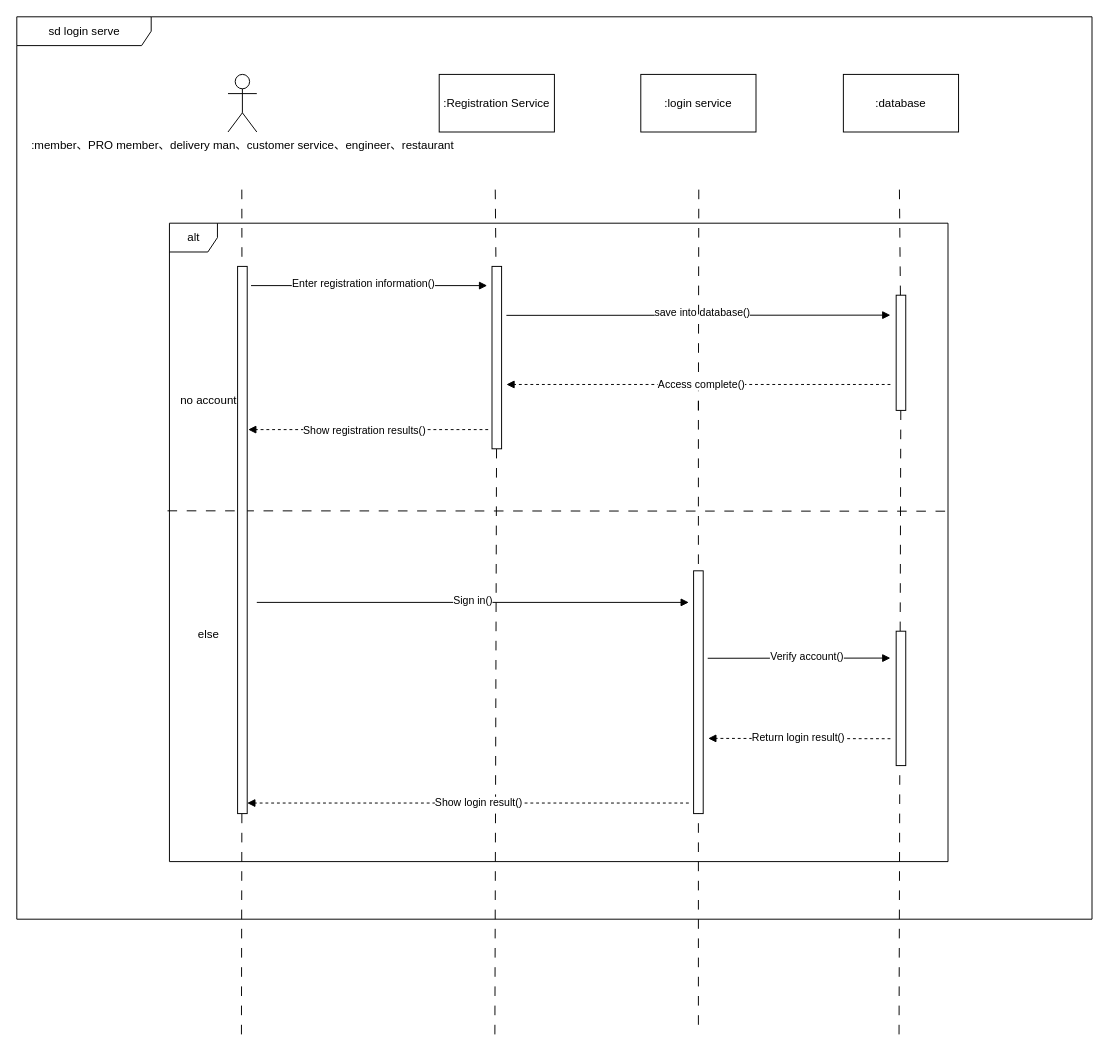
today16/last keeps this draw.io diagram as page "登入作業" (1 of 12) of Sequence_diagram.drawio. Above is the earlier version. Source tidied: cells renumbered, new cells numbered last; positions are measured from the earlier drawing's top-left corner, leaving out a move shared by most shapes. Both pictures are drawn from the tidied source at 96%, with x=0, y=0 at pixel (16, 16).
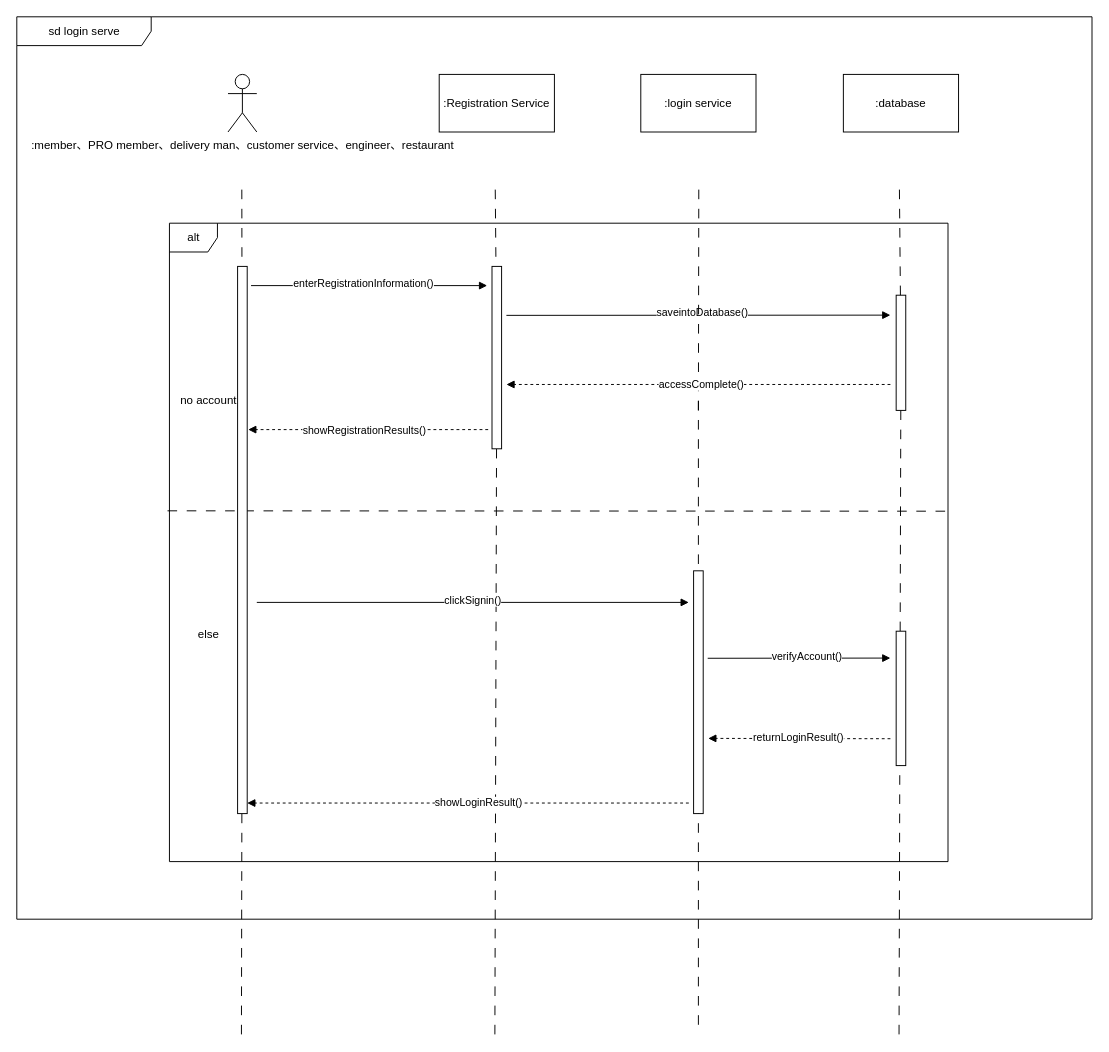
Above is the later version.

Unchanged cells that the change refers to:
```xml
<mxCell id="11" style="html=1;verticalAlign=bottom;labelBackgroundColor=none;endArrow=block;endFill=1;dashed=1;" parent="1" edge="1">
  <mxGeometry relative="1" as="geometry">
    <mxPoint x="491" y="430" as="sourcePoint" />
    <mxPoint x="241" y="430" as="targetPoint" />
  </mxGeometry>
</mxCell>
<mxCell id="19" style="html=1;verticalAlign=bottom;labelBackgroundColor=none;endArrow=block;endFill=1;" parent="1" edge="1">
  <mxGeometry relative="1" as="geometry">
    <mxPoint x="244" y="280" as="sourcePoint" />
    <mxPoint x="490" y="280" as="targetPoint" />
  </mxGeometry>
</mxCell>
<mxCell id="21" style="html=1;verticalAlign=bottom;labelBackgroundColor=none;endArrow=block;endFill=1;exitX=1.471;exitY=0.631;exitDx=0;exitDy=0;exitPerimeter=0;" parent="1" edge="1">
  <mxGeometry relative="1" as="geometry">
    <mxPoint x="719.7" y="668.2" as="sourcePoint" />
    <mxPoint x="910" y="668" as="targetPoint" />
  </mxGeometry>
</mxCell>
<mxCell id="23" style="html=1;verticalAlign=bottom;labelBackgroundColor=none;endArrow=block;endFill=1;dashed=1;" parent="1" edge="1">
  <mxGeometry relative="1" as="geometry">
    <mxPoint x="700" y="819" as="sourcePoint" />
    <mxPoint x="240" y="819" as="targetPoint" />
  </mxGeometry>
</mxCell>
<mxCell id="27" style="html=1;verticalAlign=bottom;labelBackgroundColor=none;endArrow=block;endFill=1;entryX=0.926;entryY=0.144;entryDx=0;entryDy=0;entryPerimeter=0;" parent="1" edge="1" target="3">
  <mxGeometry relative="1" as="geometry">
    <mxPoint x="510" y="311" as="sourcePoint" />
  </mxGeometry>
</mxCell>
<mxCell id="30" style="html=1;verticalAlign=bottom;labelBackgroundColor=none;endArrow=block;endFill=1;dashed=1;" parent="1" edge="1">
  <mxGeometry relative="1" as="geometry">
    <mxPoint x="910" y="383" as="sourcePoint" />
    <mxPoint x="510" y="383" as="targetPoint" />
  </mxGeometry>
</mxCell>
<mxCell id="35" style="html=1;verticalAlign=bottom;labelBackgroundColor=none;endArrow=block;endFill=1;" parent="1" edge="1">
  <mxGeometry relative="1" as="geometry">
    <mxPoint x="250" y="610" as="sourcePoint" />
    <mxPoint x="700" y="610" as="targetPoint" />
  </mxGeometry>
</mxCell>
<mxCell id="38" style="html=1;verticalAlign=bottom;labelBackgroundColor=none;endArrow=block;endFill=1;dashed=1;entryX=0.692;entryY=0.807;entryDx=0;entryDy=0;entryPerimeter=0;" parent="1" edge="1" target="3">
  <mxGeometry relative="1" as="geometry">
    <mxPoint x="910" y="752" as="sourcePoint" />
  </mxGeometry>
</mxCell>
```

Diff of the diagram source:
```diff
@@
-    <mxCell id="12" value="Show registration results()" style="edgeLabel;html=1;align=center;verticalAlign=middle;" parent="11" vertex="1">
+    <mxCell id="12" value="showRegistrationResults()" style="edgeLabel;html=1;align=center;verticalAlign=middle;" parent="11" vertex="1">
       <mxGeometry x="-0.09" y="-1" relative="1" as="geometry">
         <mxPoint x="-16" y="1" as="offset" />
       </mxGeometry>
     </mxCell>
@@
-    <mxCell id="20" value="Enter registration information()" style="edgeLabel;html=1;align=center;verticalAlign=middle;" parent="19" vertex="1">
+    <mxCell id="20" value="enterRegistrationInformation()" style="edgeLabel;html=1;align=center;verticalAlign=middle;" parent="19" vertex="1">
       <mxGeometry x="0.14" y="3" relative="1" as="geometry">
         <mxPoint x="-24" as="offset" />
       </mxGeometry>
     </mxCell>
@@
-    <mxCell id="22" value="Verify account()" style="edgeLabel;html=1;align=center;verticalAlign=middle;" parent="21" vertex="1">
+    <mxCell id="22" value="verifyAccount()" style="edgeLabel;html=1;align=center;verticalAlign=middle;" parent="21" vertex="1">
       <mxGeometry x="0.14" y="3" relative="1" as="geometry">
         <mxPoint x="-5" as="offset" />
       </mxGeometry>
     </mxCell>
@@
-    <mxCell id="24" value="Show login result()" style="edgeLabel;html=1;align=center;verticalAlign=middle;" parent="23" vertex="1">
+    <mxCell id="24" value="showLoginResult()" style="edgeLabel;html=1;align=center;verticalAlign=middle;" parent="23" vertex="1">
       <mxGeometry x="-0.09" y="-1" relative="1" as="geometry">
         <mxPoint x="-11" as="offset" />
       </mxGeometry>
     </mxCell>
@@
-    <mxCell id="28" value="save into database()" style="edgeLabel;html=1;align=center;verticalAlign=middle;" parent="27" vertex="1">
+    <mxCell id="28" value="saveintoDatabase()" style="edgeLabel;html=1;align=center;verticalAlign=middle;" parent="27" vertex="1">
       <mxGeometry x="0.14" y="3" relative="1" as="geometry">
         <mxPoint x="-24" as="offset" />
       </mxGeometry>
     </mxCell>
@@
-    <mxCell id="31" value="Access complete()" style="edgeLabel;html=1;align=center;verticalAlign=middle;" parent="30" vertex="1">
+    <mxCell id="31" value="accessComplete()" style="edgeLabel;html=1;align=center;verticalAlign=middle;" parent="30" vertex="1">
       <mxGeometry x="-0.09" y="-1" relative="1" as="geometry">
         <mxPoint x="-16" as="offset" />
       </mxGeometry>
     </mxCell>
@@
-    <mxCell id="36" value="Sign in()" style="edgeLabel;html=1;align=center;verticalAlign=middle;" parent="35" vertex="1">
+    <mxCell id="36" value="clickSignin()" style="edgeLabel;html=1;align=center;verticalAlign=middle;" parent="35" vertex="1">
       <mxGeometry x="0.14" y="3" relative="1" as="geometry">
         <mxPoint x="-33" as="offset" />
       </mxGeometry>
     </mxCell>
@@
-    <mxCell id="39" value="Return login result()" style="edgeLabel;html=1;align=center;verticalAlign=middle;" parent="38" vertex="1">
+    <mxCell id="39" value="returnLoginResult()" style="edgeLabel;html=1;align=center;verticalAlign=middle;" parent="38" vertex="1">
       <mxGeometry x="-0.09" y="-1" relative="1" as="geometry">
         <mxPoint x="-11" as="offset" />
       </mxGeometry>
     </mxCell>
```
